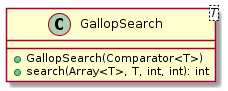
Earlier version of the PlantUML export malokhvii-eduard/malokhvii05/doc/plantuml/png/ua.khpi.oop.malokhvii05.common.algorithms.search.GallopSearch.png (P-Kalin/kit26a).
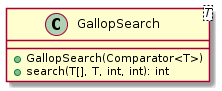
The same diagram one commit later.

The edit, as a diff of the source:
```diff
@@ -2,7 +2,7 @@
 
     class GallopSearch<T> {
         +GallopSearch(Comparator<T>)
-        +search(Array<T>, T, int, int): int
+        +search(T[], T, int, int): int
     }
 
 @enduml
```
